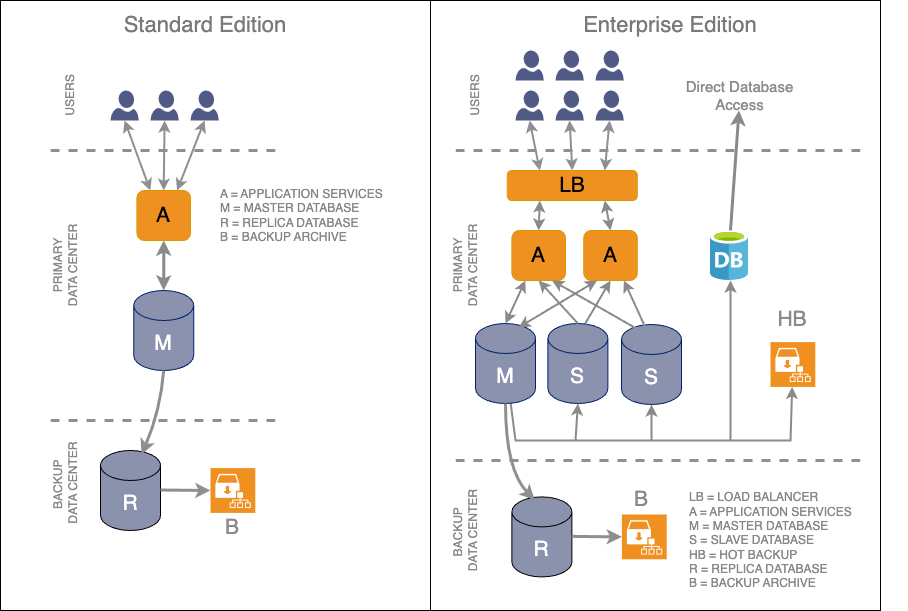
The draw.io diagram esp-fundamentals/about/images/esp-editions.png in Hornbill-Docs/esp-fundamentals, before a commit. Source tidied: cells renumbered, new cells last; positions are measured from the earlier drawing's top-left corner, leaving out a move shared by most shapes. Source of this version:
```xml
<mxGraphModel>
  <root>
    <mxCell id="0" />
    <mxCell id="1" parent="0" />
    <mxCell id="2" style="rounded=0;whiteSpace=wrap;html=1;" parent="1" vertex="1">
      <mxGeometry width="430" height="610" as="geometry" />
    </mxCell>
    <mxCell id="3" style="rounded=0;whiteSpace=wrap;html=1;" parent="1" vertex="1">
      <mxGeometry x="430" width="450" height="610" as="geometry" />
    </mxCell>
    <mxCell id="4" style="sketch=0;shadow=0;dashed=0;html=1;strokeColor=none;labelPosition=center;verticalLabelPosition=bottom;verticalAlign=top;align=center;fillColor=#515a85;shape=mxgraph.azure.user;" parent="1" vertex="1">
      <mxGeometry x="110" y="90" width="28.2" height="30" as="geometry" />
    </mxCell>
    <mxCell id="5" style="sketch=0;shadow=0;dashed=0;html=1;strokeColor=none;labelPosition=center;verticalLabelPosition=bottom;verticalAlign=top;align=center;fillColor=#515a85;shape=mxgraph.azure.user;" parent="1" vertex="1">
      <mxGeometry x="150" y="90" width="28.2" height="30" as="geometry" />
    </mxCell>
    <mxCell id="6" style="sketch=0;shadow=0;dashed=0;html=1;strokeColor=none;labelPosition=center;verticalLabelPosition=bottom;verticalAlign=top;align=center;fillColor=#515a85;shape=mxgraph.azure.user;" parent="1" vertex="1">
      <mxGeometry x="190" y="90" width="28.2" height="30" as="geometry" />
    </mxCell>
    <mxCell id="7" style="edgeStyle=none;orthogonalLoop=1;jettySize=auto;html=1;rounded=0;endArrow=none;endFill=0;dashed=1;strokeWidth=3;strokeColor=#8F8F8F;" parent="1" edge="1">
      <mxGeometry relative="1" as="geometry">
        <mxPoint x="50" y="150" as="sourcePoint" />
        <mxPoint x="280" y="150" as="targetPoint" />
      </mxGeometry>
    </mxCell>
    <mxCell id="8" value="&lt;font style=&quot;font-size: 21px;&quot;&gt;A&lt;/font&gt;" style="rounded=1;whiteSpace=wrap;html=1;fillColor=#ef9120;strokeColor=#d79b00;" parent="1" vertex="1">
      <mxGeometry x="136.4" y="190" width="53.6" height="50" as="geometry" />
    </mxCell>
    <mxCell id="9" style="edgeStyle=none;orthogonalLoop=1;jettySize=auto;html=1;rounded=0;endArrow=none;endFill=0;dashed=1;strokeWidth=3;strokeColor=#8F8F8F;" parent="1" edge="1">
      <mxGeometry relative="1" as="geometry">
        <mxPoint x="50" y="420" as="sourcePoint" />
        <mxPoint x="280" y="420" as="targetPoint" />
      </mxGeometry>
    </mxCell>
    <mxCell id="10" value="&lt;font style=&quot;font-size: 21px;&quot;&gt;M&lt;/font&gt;" style="shape=cylinder3;whiteSpace=wrap;html=1;boundedLbl=1;backgroundOutline=1;size=15;fillColor=#8a92ad;fontColor=#ffffff;strokeColor=#00216B;" parent="1" vertex="1">
      <mxGeometry x="133.2" y="290" width="60" height="80" as="geometry" />
    </mxCell>
    <mxCell id="11" value="&lt;font color=&quot;#ffffff&quot; style=&quot;font-size: 21px;&quot;&gt;R&lt;/font&gt;" style="shape=cylinder3;whiteSpace=wrap;html=1;boundedLbl=1;backgroundOutline=1;size=15;fillColor=#8b92ad;" parent="1" vertex="1">
      <mxGeometry x="100" y="450" width="60" height="80" as="geometry" />
    </mxCell>
    <mxCell id="12" style="shadow=0;dashed=0;html=1;strokeColor=none;fillColor=#ef9020;labelPosition=center;verticalLabelPosition=bottom;verticalAlign=top;align=center;shape=mxgraph.veeam.archive_tier;" parent="1" vertex="1">
      <mxGeometry x="210" y="467.6" width="44.8" height="44.8" as="geometry" />
    </mxCell>
    <mxCell id="13" style="edgeStyle=none;orthogonalLoop=1;jettySize=auto;html=1;rounded=0;strokeWidth=3;strokeColor=#8F8F8F;" parent="1" edge="1">
      <mxGeometry relative="1" as="geometry">
        <mxPoint x="160" y="489.5" as="sourcePoint" />
        <mxPoint x="210" y="490" as="targetPoint" />
      </mxGeometry>
    </mxCell>
    <mxCell id="14" style="edgeStyle=none;jettySize=auto;html=1;rounded=0;exitX=0.5;exitY=1;exitDx=0;exitDy=0;exitPerimeter=0;entryX=0.683;entryY=0.05;entryDx=0;entryDy=0;entryPerimeter=0;strokeWidth=3;curved=1;strokeColor=#8F8F8F;" parent="1" edge="1" source="10" target="11">
      <mxGeometry relative="1" as="geometry">
        <Array as="points">
          <mxPoint x="160" y="410" />
        </Array>
      </mxGeometry>
    </mxCell>
    <mxCell id="15" style="edgeStyle=none;jettySize=auto;html=1;rounded=0;exitX=0.5;exitY=1;exitDx=0;exitDy=0;entryX=0.5;entryY=0;entryDx=0;entryDy=0;entryPerimeter=0;startArrow=classic;startFill=1;strokeWidth=3;strokeColor=#8A8A8A;" parent="1" edge="1" source="8" target="10">
      <mxGeometry relative="1" as="geometry" />
    </mxCell>
    <mxCell id="16" value="USERS" style="text;strokeColor=none;align=center;fillColor=none;html=1;verticalAlign=middle;whiteSpace=wrap;rounded=0;rotation=-90;fontColor=#878787;" parent="1" vertex="1">
      <mxGeometry x="40" y="80" width="60" height="30" as="geometry" />
    </mxCell>
    <mxCell id="17" value="PRIMARY&lt;br&gt;DATA CENTER" style="text;strokeColor=none;align=center;fillColor=none;html=1;verticalAlign=middle;whiteSpace=wrap;rounded=0;rotation=-90;fontColor=#878787;" parent="1" vertex="1">
      <mxGeometry x="15" y="250" width="100" height="30" as="geometry" />
    </mxCell>
    <mxCell id="18" value="BACKUP&amp;nbsp;&lt;div&gt;DATA CENTER&lt;/div&gt;" style="text;strokeColor=none;align=center;fillColor=none;html=1;verticalAlign=middle;whiteSpace=wrap;rounded=0;rotation=-90;fontColor=#878787;" parent="1" vertex="1">
      <mxGeometry x="10" y="467.6" width="110" height="30" as="geometry" />
    </mxCell>
    <mxCell id="19" style="edgeStyle=none;jettySize=auto;html=1;rounded=0;exitX=0.5;exitY=1;exitDx=0;exitDy=0;exitPerimeter=0;entryX=0.25;entryY=0;entryDx=0;entryDy=0;strokeWidth=2;startArrow=classic;startFill=1;strokeColor=#8F8F8F;" parent="1" edge="1" source="4" target="8">
      <mxGeometry relative="1" as="geometry" />
    </mxCell>
    <mxCell id="20" style="edgeStyle=none;jettySize=auto;html=1;rounded=0;exitX=0.5;exitY=1;exitDx=0;exitDy=0;exitPerimeter=0;entryX=0.75;entryY=0;entryDx=0;entryDy=0;strokeWidth=2;startArrow=classic;startFill=1;strokeColor=#8F8F8F;" parent="1" edge="1" source="6" target="8">
      <mxGeometry relative="1" as="geometry" />
    </mxCell>
    <mxCell id="21" style="edgeStyle=none;jettySize=auto;html=1;rounded=0;exitX=0.5;exitY=1;exitDx=0;exitDy=0;exitPerimeter=0;entryX=0.5;entryY=0;entryDx=0;entryDy=0;strokeWidth=2;startArrow=classic;startFill=1;strokeColor=#8F8F8F;" parent="1" edge="1" source="5" target="8">
      <mxGeometry relative="1" as="geometry" />
    </mxCell>
    <mxCell id="22" value="&lt;font color=&quot;#8a8a8a&quot; style=&quot;font-size: 21px;&quot;&gt;B&lt;/font&gt;" style="text;strokeColor=none;align=center;fillColor=none;html=1;verticalAlign=middle;whiteSpace=wrap;rounded=0;" parent="1" vertex="1">
      <mxGeometry x="202.4" y="512.4" width="60" height="30" as="geometry" />
    </mxCell>
    <mxCell id="23" value="A = APPLICATION SERVICES&lt;br&gt;M = MASTER DATABASE&lt;br&gt;R = REPLICA DATABASE&lt;br&gt;B = BACKUP ARCHIVE" style="text;strokeColor=none;align=left;fillColor=none;html=1;verticalAlign=middle;whiteSpace=wrap;rounded=0;fontColor=#878787;" parent="1" vertex="1">
      <mxGeometry x="218.2" y="190" width="170" height="50" as="geometry" />
    </mxCell>
    <mxCell id="24" style="sketch=0;shadow=0;dashed=0;html=1;strokeColor=none;labelPosition=center;verticalLabelPosition=bottom;verticalAlign=top;align=center;fillColor=#515a85;shape=mxgraph.azure.user;" parent="1" vertex="1">
      <mxGeometry x="515" y="90" width="28.2" height="30" as="geometry" />
    </mxCell>
    <mxCell id="25" style="sketch=0;shadow=0;dashed=0;html=1;strokeColor=none;labelPosition=center;verticalLabelPosition=bottom;verticalAlign=top;align=center;fillColor=#515a85;shape=mxgraph.azure.user;" parent="1" vertex="1">
      <mxGeometry x="555" y="90" width="28.2" height="30" as="geometry" />
    </mxCell>
    <mxCell id="26" style="sketch=0;shadow=0;dashed=0;html=1;strokeColor=none;labelPosition=center;verticalLabelPosition=bottom;verticalAlign=top;align=center;fillColor=#515a85;shape=mxgraph.azure.user;" parent="1" vertex="1">
      <mxGeometry x="595" y="90" width="28.2" height="30" as="geometry" />
    </mxCell>
    <mxCell id="27" style="edgeStyle=none;orthogonalLoop=1;jettySize=auto;html=1;rounded=0;endArrow=none;endFill=0;dashed=1;strokeWidth=3;strokeColor=#8F8F8F;" parent="1" edge="1">
      <mxGeometry relative="1" as="geometry">
        <mxPoint x="455" y="150" as="sourcePoint" />
        <mxPoint x="860" y="150" as="targetPoint" />
      </mxGeometry>
    </mxCell>
    <mxCell id="28" value="&lt;font style=&quot;font-size: 21px;&quot;&gt;A&lt;/font&gt;" style="rounded=1;whiteSpace=wrap;html=1;fillColor=#ef9120;strokeColor=#d79b00;" parent="1" vertex="1">
      <mxGeometry x="511.4" y="230" width="53.6" height="50" as="geometry" />
    </mxCell>
    <mxCell id="29" style="edgeStyle=none;orthogonalLoop=1;jettySize=auto;html=1;rounded=0;endArrow=none;endFill=0;dashed=1;strokeWidth=3;strokeColor=#8F8F8F;" parent="1" edge="1">
      <mxGeometry relative="1" as="geometry">
        <mxPoint x="455" y="460" as="sourcePoint" />
        <mxPoint x="860" y="460" as="targetPoint" />
      </mxGeometry>
    </mxCell>
    <mxCell id="30" value="&lt;font style=&quot;font-size: 21px;&quot;&gt;M&lt;/font&gt;" style="shape=cylinder3;whiteSpace=wrap;html=1;boundedLbl=1;backgroundOutline=1;size=15;fillColor=#8a92ad;fontColor=#ffffff;strokeColor=#00216B;" parent="1" vertex="1">
      <mxGeometry x="475" y="323" width="60" height="80" as="geometry" />
    </mxCell>
    <mxCell id="31" value="&lt;font color=&quot;#ffffff&quot; style=&quot;font-size: 21px;&quot;&gt;R&lt;/font&gt;" style="shape=cylinder3;whiteSpace=wrap;html=1;boundedLbl=1;backgroundOutline=1;size=15;fillColor=#8b92ad;" parent="1" vertex="1">
      <mxGeometry x="511.4" y="496.4" width="60" height="80" as="geometry" />
    </mxCell>
    <mxCell id="32" style="shadow=0;dashed=0;html=1;strokeColor=none;fillColor=#ef9020;labelPosition=center;verticalLabelPosition=bottom;verticalAlign=top;align=center;shape=mxgraph.veeam.archive_tier;" parent="1" vertex="1">
      <mxGeometry x="621.4" y="514" width="44.8" height="44.8" as="geometry" />
    </mxCell>
    <mxCell id="33" style="edgeStyle=none;orthogonalLoop=1;jettySize=auto;html=1;rounded=0;strokeWidth=3;strokeColor=#8F8F8F;" parent="1" edge="1">
      <mxGeometry relative="1" as="geometry">
        <mxPoint x="571.4" y="535.9" as="sourcePoint" />
        <mxPoint x="621.4" y="536.4" as="targetPoint" />
      </mxGeometry>
    </mxCell>
    <mxCell id="34" style="edgeStyle=none;jettySize=auto;html=1;rounded=0;exitX=0.5;exitY=1;exitDx=0;exitDy=0;exitPerimeter=0;entryX=0.383;entryY=0.038;entryDx=0;entryDy=0;entryPerimeter=0;strokeWidth=3;curved=1;strokeColor=#8F8F8F;" parent="1" edge="1" source="30" target="31">
      <mxGeometry relative="1" as="geometry">
        <Array as="points">
          <mxPoint x="505" y="470" />
        </Array>
      </mxGeometry>
    </mxCell>
    <mxCell id="35" style="edgeStyle=none;jettySize=auto;html=1;rounded=0;exitX=0.25;exitY=1;exitDx=0;exitDy=0;entryX=0.5;entryY=0;entryDx=0;entryDy=0;entryPerimeter=0;startArrow=classic;startFill=1;strokeWidth=2;strokeColor=#8A8A8A;" parent="1" edge="1" source="28" target="30">
      <mxGeometry relative="1" as="geometry" />
    </mxCell>
    <mxCell id="36" value="USERS" style="text;strokeColor=none;align=center;fillColor=none;html=1;verticalAlign=middle;whiteSpace=wrap;rounded=0;rotation=-90;fontColor=#878787;" parent="1" vertex="1">
      <mxGeometry x="445" y="80" width="60" height="30" as="geometry" />
    </mxCell>
    <mxCell id="37" value="PRIMARY&lt;br&gt;DATA CENTER" style="text;strokeColor=none;align=center;fillColor=none;html=1;verticalAlign=middle;whiteSpace=wrap;rounded=0;rotation=-90;fontColor=#878787;" parent="1" vertex="1">
      <mxGeometry x="415" y="250" width="100" height="30" as="geometry" />
    </mxCell>
    <mxCell id="38" value="BACKUP&amp;nbsp;&lt;div&gt;DATA CENTER&lt;/div&gt;" style="text;strokeColor=none;align=center;fillColor=none;html=1;verticalAlign=middle;whiteSpace=wrap;rounded=0;rotation=-90;fontColor=#878787;" parent="1" vertex="1">
      <mxGeometry x="410" y="515.2" width="110" height="30" as="geometry" />
    </mxCell>
    <mxCell id="39" style="edgeStyle=none;jettySize=auto;html=1;rounded=0;exitX=0.5;exitY=1;exitDx=0;exitDy=0;exitPerimeter=0;strokeWidth=2;startArrow=classic;startFill=1;strokeColor=#8F8F8F;entryX=0.25;entryY=0;entryDx=0;entryDy=0;" parent="1" edge="1" source="24" target="47">
      <mxGeometry relative="1" as="geometry" />
    </mxCell>
    <mxCell id="40" style="edgeStyle=none;jettySize=auto;html=1;rounded=0;exitX=0.5;exitY=1;exitDx=0;exitDy=0;exitPerimeter=0;strokeWidth=2;startArrow=classic;startFill=1;strokeColor=#8F8F8F;entryX=0.75;entryY=0;entryDx=0;entryDy=0;" parent="1" edge="1" source="26" target="47">
      <mxGeometry relative="1" as="geometry" />
    </mxCell>
    <mxCell id="41" style="edgeStyle=none;jettySize=auto;html=1;rounded=0;exitX=0.5;exitY=1;exitDx=0;exitDy=0;exitPerimeter=0;strokeWidth=2;startArrow=classic;startFill=1;strokeColor=#8F8F8F;entryX=0.5;entryY=0;entryDx=0;entryDy=0;" parent="1" edge="1" source="25" target="47">
      <mxGeometry relative="1" as="geometry" />
    </mxCell>
    <mxCell id="42" value="&lt;font color=&quot;#8a8a8a&quot; style=&quot;font-size: 21px;&quot;&gt;B&lt;/font&gt;" style="text;strokeColor=none;align=center;fillColor=none;html=1;verticalAlign=middle;whiteSpace=wrap;rounded=0;" parent="1" vertex="1">
      <mxGeometry x="611.4" y="484" width="60" height="30" as="geometry" />
    </mxCell>
    <mxCell id="43" value="LB = LOAD BALANCER&lt;br&gt;A = APPLICATION SERVICES&lt;br&gt;M = MASTER DATABASE&lt;br&gt;S = SLAVE DATABASE&lt;br&gt;HB = HOT BACKUP&lt;br&gt;R = REPLICA DATABASE&lt;br&gt;B = BACKUP ARCHIVE" style="text;strokeColor=none;align=left;fillColor=none;html=1;verticalAlign=middle;whiteSpace=wrap;rounded=0;fontColor=#878787;" parent="1" vertex="1">
      <mxGeometry x="687" y="484" width="220" height="112.4" as="geometry" />
    </mxCell>
    <mxCell id="44" style="sketch=0;shadow=0;dashed=0;html=1;strokeColor=none;labelPosition=center;verticalLabelPosition=bottom;verticalAlign=top;align=center;fillColor=#515a85;shape=mxgraph.azure.user;" parent="1" vertex="1">
      <mxGeometry x="515" y="50" width="28.2" height="30" as="geometry" />
    </mxCell>
    <mxCell id="45" style="sketch=0;shadow=0;dashed=0;html=1;strokeColor=none;labelPosition=center;verticalLabelPosition=bottom;verticalAlign=top;align=center;fillColor=#515a85;shape=mxgraph.azure.user;" parent="1" vertex="1">
      <mxGeometry x="555" y="50" width="28.2" height="30" as="geometry" />
    </mxCell>
    <mxCell id="46" style="sketch=0;shadow=0;dashed=0;html=1;strokeColor=none;labelPosition=center;verticalLabelPosition=bottom;verticalAlign=top;align=center;fillColor=#515a85;shape=mxgraph.azure.user;" parent="1" vertex="1">
      <mxGeometry x="595" y="50" width="28.2" height="30" as="geometry" />
    </mxCell>
    <mxCell id="47" value="&lt;font style=&quot;font-size: 21px;&quot;&gt;LB&lt;/font&gt;" style="rounded=1;whiteSpace=wrap;html=1;fillColor=#ef9120;strokeColor=#d79b00;" parent="1" vertex="1">
      <mxGeometry x="506.8" y="170" width="130" height="30" as="geometry" />
    </mxCell>
    <mxCell id="48" value="&lt;font style=&quot;font-size: 21px;&quot;&gt;A&lt;/font&gt;" style="rounded=1;whiteSpace=wrap;html=1;fillColor=#ef9120;strokeColor=#d79b00;" parent="1" vertex="1">
      <mxGeometry x="583.2" y="230" width="53.6" height="50" as="geometry" />
    </mxCell>
    <mxCell id="49" value="&lt;font style=&quot;font-size: 21px;&quot;&gt;S&lt;/font&gt;" style="shape=cylinder3;whiteSpace=wrap;html=1;boundedLbl=1;backgroundOutline=1;size=15;fillColor=#8a92ad;fontColor=#ffffff;strokeColor=#00216B;" parent="1" vertex="1">
      <mxGeometry x="547.4" y="323" width="60" height="80" as="geometry" />
    </mxCell>
    <mxCell id="50" value="&lt;font style=&quot;font-size: 21px;&quot;&gt;S&lt;/font&gt;" style="shape=cylinder3;whiteSpace=wrap;html=1;boundedLbl=1;backgroundOutline=1;size=15;fillColor=#8a92ad;fontColor=#ffffff;strokeColor=#00216B;" parent="1" vertex="1">
      <mxGeometry x="621" y="324" width="60" height="80" as="geometry" />
    </mxCell>
    <mxCell id="51" style="edgeStyle=none;jettySize=auto;html=1;rounded=0;entryX=0.5;entryY=1;entryDx=0;entryDy=0;startArrow=none;startFill=0;strokeWidth=2;strokeColor=#8A8A8A;exitX=0.5;exitY=0;exitDx=0;exitDy=0;exitPerimeter=0;" parent="1" edge="1" source="49" target="28">
      <mxGeometry relative="1" as="geometry" />
    </mxCell>
    <mxCell id="52" style="edgeStyle=none;jettySize=auto;html=1;rounded=0;exitX=0.75;exitY=1;exitDx=0;exitDy=0;entryX=0.233;entryY=0.044;entryDx=0;entryDy=0;entryPerimeter=0;startArrow=classic;startFill=1;strokeWidth=2;strokeColor=#8A8A8A;endArrow=none;endFill=0;" parent="1" edge="1" source="28" target="50">
      <mxGeometry relative="1" as="geometry" />
    </mxCell>
    <mxCell id="53" style="edgeStyle=none;jettySize=auto;html=1;rounded=0;exitX=0.75;exitY=1;exitDx=0;exitDy=0;startArrow=classic;startFill=1;strokeWidth=2;strokeColor=#8A8A8A;entryX=0.383;entryY=0.013;entryDx=0;entryDy=0;entryPerimeter=0;endArrow=none;endFill=0;" parent="1" edge="1" source="48" target="50">
      <mxGeometry relative="1" as="geometry" />
    </mxCell>
    <mxCell id="54" style="edgeStyle=none;jettySize=auto;html=1;rounded=0;exitX=0.5;exitY=1;exitDx=0;exitDy=0;entryX=0.618;entryY=0.006;entryDx=0;entryDy=0;entryPerimeter=0;startArrow=classic;startFill=1;strokeWidth=2;strokeColor=#8A8A8A;endArrow=none;endFill=0;" parent="1" edge="1" source="48" target="49">
      <mxGeometry relative="1" as="geometry" />
    </mxCell>
    <mxCell id="55" style="edgeStyle=none;jettySize=auto;html=1;rounded=0;exitX=0.25;exitY=1;exitDx=0;exitDy=0;entryX=0.717;entryY=0.05;entryDx=0;entryDy=0;entryPerimeter=0;startArrow=classic;startFill=1;strokeWidth=2;strokeColor=#8A8A8A;" parent="1" edge="1" source="48" target="30">
      <mxGeometry relative="1" as="geometry" />
    </mxCell>
    <mxCell id="56" style="edgeStyle=none;jettySize=auto;html=1;rounded=0;exitX=0.5;exitY=1;exitDx=0;exitDy=0;startArrow=classic;startFill=1;strokeWidth=2;strokeColor=#8A8A8A;exitPerimeter=0;endArrow=none;endFill=0;" parent="1" edge="1" source="49" target="30">
      <mxGeometry relative="1" as="geometry">
        <Array as="points">
          <mxPoint x="575" y="440" />
          <mxPoint x="515" y="440" />
        </Array>
      </mxGeometry>
    </mxCell>
    <mxCell id="57" style="edgeStyle=none;jettySize=auto;html=1;rounded=0;exitX=0.75;exitY=1;exitDx=0;exitDy=0;entryX=0.5;entryY=1;entryDx=0;entryDy=0;entryPerimeter=0;startArrow=none;startFill=0;strokeWidth=2;strokeColor=#8A8A8A;endArrow=classic;endFill=1;" parent="1" edge="1" target="50">
      <mxGeometry relative="1" as="geometry">
        <mxPoint x="575" y="440" as="sourcePoint" />
        <Array as="points">
          <mxPoint x="651" y="440" />
        </Array>
      </mxGeometry>
    </mxCell>
    <mxCell id="58" style="shadow=0;dashed=0;html=1;strokeColor=none;fillColor=#ef9020;labelPosition=center;verticalLabelPosition=bottom;verticalAlign=top;align=center;outlineConnect=0;shape=mxgraph.veeam.archive_tier;" parent="1" vertex="1">
      <mxGeometry x="770" y="341.6" width="44.8" height="44.8" as="geometry" />
    </mxCell>
    <mxCell id="59" value="&lt;font color=&quot;#8a8a8a&quot; style=&quot;font-size: 21px;&quot;&gt;HB&lt;/font&gt;" style="text;strokeColor=none;align=center;fillColor=none;html=1;verticalAlign=middle;whiteSpace=wrap;rounded=0;" parent="1" vertex="1">
      <mxGeometry x="762.4" y="304" width="60" height="30" as="geometry" />
    </mxCell>
    <mxCell id="60" style="edgeStyle=none;jettySize=auto;html=1;rounded=0;exitX=0.75;exitY=1;exitDx=0;exitDy=0;startArrow=none;startFill=0;strokeWidth=2;strokeColor=#8A8A8A;endArrow=classic;endFill=1;" parent="1" edge="1" target="58">
      <mxGeometry relative="1" as="geometry">
        <mxPoint x="649" y="440" as="sourcePoint" />
        <Array as="points">
          <mxPoint x="790" y="440" />
        </Array>
      </mxGeometry>
    </mxCell>
    <mxCell id="61" style="edgeStyle=none;orthogonalLoop=1;jettySize=auto;html=1;rounded=0;startArrow=none;startFill=0;strokeWidth=2;strokeColor=#8A8A8A;endArrow=classic;endFill=1;entryX=0.5;entryY=1;entryDx=0;entryDy=0;entryPerimeter=0;" parent="1" edge="1">
      <mxGeometry relative="1" as="geometry">
        <mxPoint x="730" y="440" as="sourcePoint" />
        <mxPoint x="730" y="280" as="targetPoint" />
      </mxGeometry>
    </mxCell>
    <mxCell id="62" style="image;sketch=0;html=1;points=[];align=center;fontSize=12;image=img/lib/mscae/Database_General.svg;" parent="1" vertex="1">
      <mxGeometry x="710" y="230" width="38" height="50" as="geometry" />
    </mxCell>
    <mxCell id="63" style="endArrow=classic;startArrow=none;html=1;rounded=0;strokeWidth=3;strokeColor=#8A8A8A;startFill=0;exitX=0.526;exitY=0;exitDx=0;exitDy=0;exitPerimeter=0;" parent="1" edge="1" source="62">
      <mxGeometry relative="1" as="geometry">
        <mxPoint x="738.5" y="110" as="targetPoint" />
      </mxGeometry>
    </mxCell>
    <mxCell id="64" value="&lt;font color=&quot;#8a8a8a&quot; style=&quot;font-size: 15px;&quot;&gt;Direct Database Access&lt;/font&gt;" style="text;strokeColor=none;align=center;fillColor=none;html=1;verticalAlign=middle;whiteSpace=wrap;rounded=0;" parent="1" vertex="1">
      <mxGeometry x="658.5" y="80" width="161" height="30" as="geometry" />
    </mxCell>
    <mxCell id="65" value="Standard Edition" style="text;strokeColor=none;align=center;fillColor=none;html=1;verticalAlign=middle;whiteSpace=wrap;rounded=0;fontSize=22;fontColor=#7A7A7A;" parent="1" vertex="1">
      <mxGeometry x="100" y="10" width="210" height="30" as="geometry" />
    </mxCell>
    <mxCell id="66" value="Enterprise Edition" style="text;strokeColor=none;align=center;fillColor=none;html=1;verticalAlign=middle;whiteSpace=wrap;rounded=0;fontSize=22;fontColor=#7A7A7A;" parent="1" vertex="1">
      <mxGeometry x="565" y="10" width="210" height="30" as="geometry" />
    </mxCell>
    <mxCell id="67" style="edgeStyle=none;jettySize=auto;html=1;rounded=0;entryX=0.25;entryY=1;entryDx=0;entryDy=0;startArrow=classic;startFill=1;strokeWidth=2;strokeColor=#8A8A8A;exitX=0.5;exitY=0;exitDx=0;exitDy=0;" parent="1" edge="1" source="28" target="47">
      <mxGeometry relative="1" as="geometry" />
    </mxCell>
    <mxCell id="68" style="edgeStyle=none;jettySize=auto;html=1;rounded=0;startArrow=classic;startFill=1;strokeWidth=2;strokeColor=#8A8A8A;exitX=0.5;exitY=0;exitDx=0;exitDy=0;entryX=0.75;entryY=1;entryDx=0;entryDy=0;" parent="1" edge="1" source="48" target="47">
      <mxGeometry relative="1" as="geometry" />
    </mxCell>
  </root>
</mxGraphModel>
```
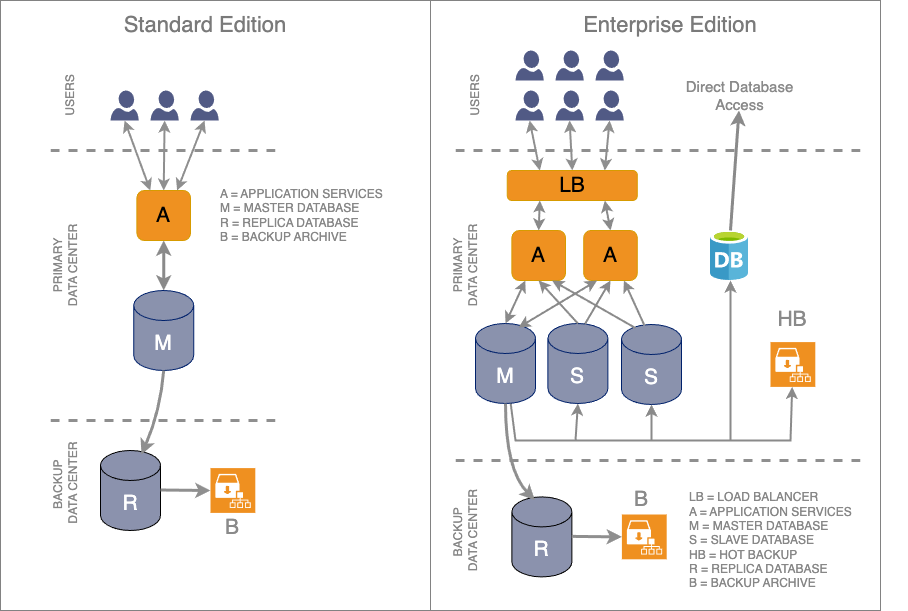
After the change.

What changed in the source:
```diff
@@ -2,10 +2,10 @@
   <root>
     <mxCell id="0" />
     <mxCell id="1" parent="0" />
-    <mxCell id="2" style="rounded=0;whiteSpace=wrap;html=1;" parent="1" vertex="1">
+    <mxCell id="2" style="rounded=0;whiteSpace=wrap;html=1;fillColor=none;strokeColor=#828282;" parent="1" vertex="1">
       <mxGeometry width="430" height="610" as="geometry" />
     </mxCell>
-    <mxCell id="3" style="rounded=0;whiteSpace=wrap;html=1;" parent="1" vertex="1">
+    <mxCell id="3" style="rounded=0;whiteSpace=wrap;html=1;fillColor=none;strokeColor=#828282;" parent="1" vertex="1">
       <mxGeometry x="430" width="450" height="610" as="geometry" />
     </mxCell>
     <mxCell id="4" style="sketch=0;shadow=0;dashed=0;html=1;strokeColor=none;labelPosition=center;verticalLabelPosition=bottom;verticalAlign=top;align=center;fillColor=#515a85;shape=mxgraph.azure.user;" parent="1" vertex="1">
```
